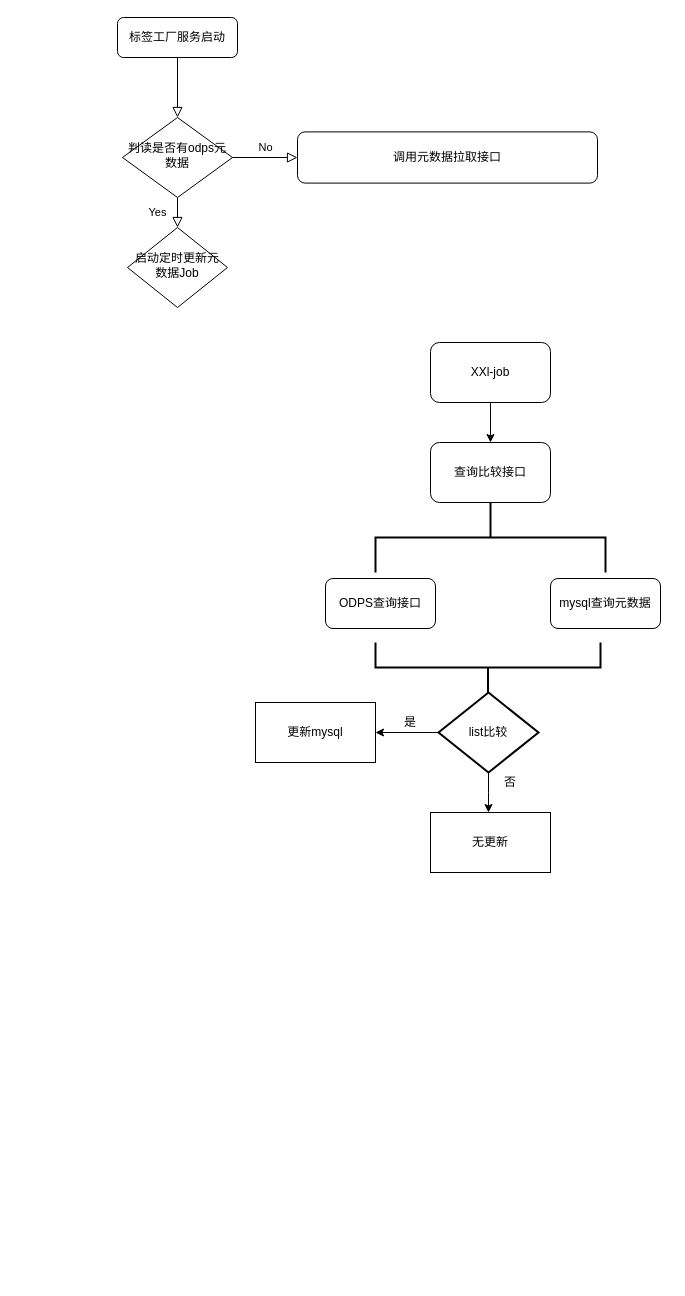
Above: 元数据开发流程.drawio in shursulei/document (draw.io), before the change. Source tidied: cells renumbered, new cells numbered last; positions are measured from the earlier drawing's top-left corner, leaving out a move shared by most shapes. Both pictures are drawn from the tidied source at 100%, with x=0, y=0 at pixel (117, 17).
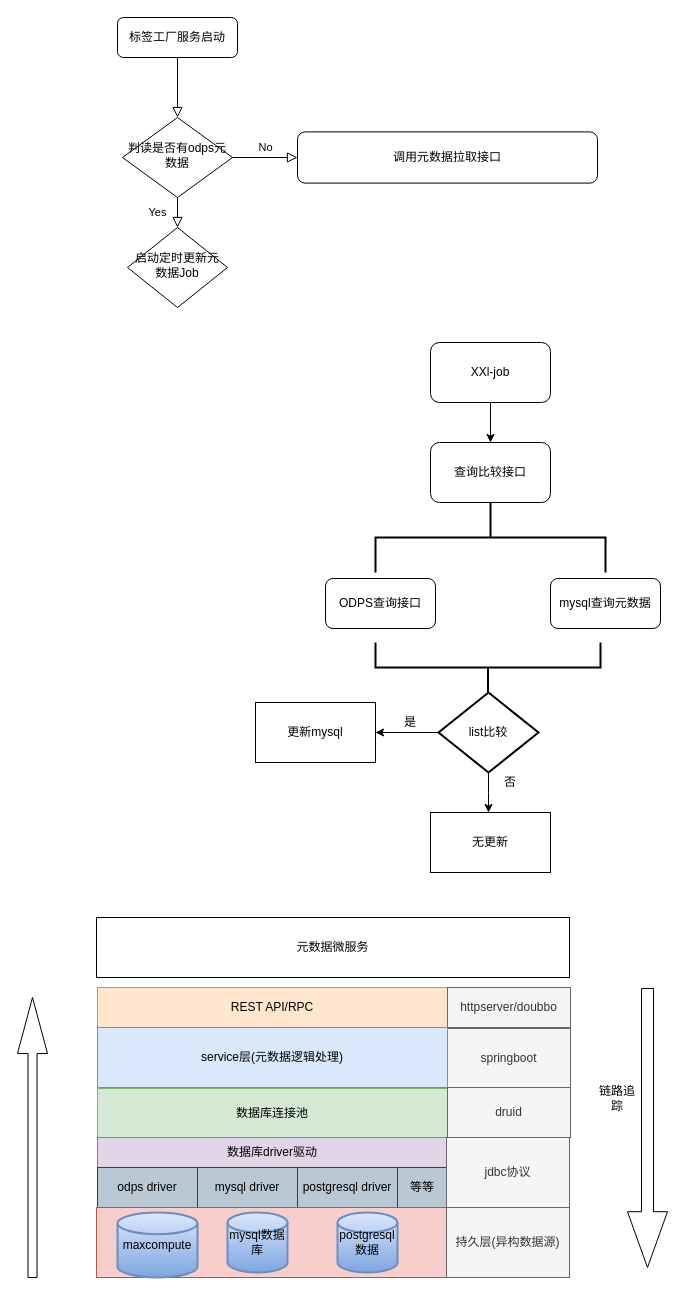
Above is the later version.

Commit message:
Update 元数据开发流程.drawio

Diff of the diagram source:
```diff
@@
+    <mxCell id="23" value="REST API/RPC" style="rounded=0;whiteSpace=wrap;html=1;fillColor=#ffe6cc;strokeColor=#d79b00;" parent="1" vertex="1">
+      <mxGeometry x="-20" y="970" width="350" height="40" as="geometry" />
+    </mxCell>
+    <mxCell id="24" value="httpserver/doubbo" style="rounded=0;whiteSpace=wrap;html=1;fillColor=#f5f5f5;strokeColor=#666666;fontColor=#333333;" parent="1" vertex="1">
+      <mxGeometry x="330" y="970" width="123" height="40" as="geometry" />
+    </mxCell>
+    <mxCell id="25" value="springboot" style="rounded=0;whiteSpace=wrap;html=1;fillColor=#f5f5f5;strokeColor=#666666;fontColor=#333333;" parent="1" vertex="1">
+      <mxGeometry x="330" y="1011" width="123" height="59" as="geometry" />
+    </mxCell>
+    <mxCell id="26" value="数据库连接池" style="rounded=0;whiteSpace=wrap;html=1;fillColor=#d5e8d4;strokeColor=#82b366;" parent="1" vertex="1">
+      <mxGeometry x="-20" y="1071" width="350" height="49" as="geometry" />
+    </mxCell>
+    <mxCell id="27" value="&lt;span&gt;service层(元数据逻辑处理)&lt;/span&gt;" style="rounded=0;whiteSpace=wrap;html=1;fillColor=#dae8fc;strokeColor=#6c8ebf;" parent="1" vertex="1">
+      <mxGeometry x="-20" y="1010" width="350" height="60" as="geometry" />
+    </mxCell>
+    <mxCell id="28" value="druid" style="rounded=0;whiteSpace=wrap;html=1;fillColor=#f5f5f5;strokeColor=#666666;fontColor=#333333;" parent="1" vertex="1">
+      <mxGeometry x="330" y="1070" width="123" height="50" as="geometry" />
+    </mxCell>
+    <mxCell id="29" value="数据库driver驱动" style="rounded=0;whiteSpace=wrap;html=1;fillColor=#e1d5e7;strokeColor=#9673a6;" parent="1" vertex="1">
+      <mxGeometry x="-20" y="1120" width="350" height="30" as="geometry" />
+    </mxCell>
+    <mxCell id="30" value="odps driver" style="rounded=0;whiteSpace=wrap;html=1;fillColor=#bac8d3;strokeColor=#23445d;" parent="1" vertex="1">
+      <mxGeometry x="-20" y="1150" width="100" height="40" as="geometry" />
+    </mxCell>
+    <mxCell id="31" value="mysql driver" style="rounded=0;whiteSpace=wrap;html=1;fillColor=#bac8d3;strokeColor=#23445d;" parent="1" vertex="1">
+      <mxGeometry x="80" y="1150" width="100" height="40" as="geometry" />
+    </mxCell>
+    <mxCell id="32" value="postgresql driver" style="rounded=0;whiteSpace=wrap;html=1;fillColor=#bac8d3;strokeColor=#23445d;" parent="1" vertex="1">
+      <mxGeometry x="180" y="1150" width="100" height="40" as="geometry" />
+    </mxCell>
+    <mxCell id="33" value="等等" style="rounded=0;whiteSpace=wrap;html=1;fillColor=#bac8d3;strokeColor=#23445d;" parent="1" vertex="1">
+      <mxGeometry x="280" y="1150" width="50" height="40" as="geometry" />
+    </mxCell>
+    <mxCell id="34" value="jdbc协议" style="rounded=0;whiteSpace=wrap;html=1;fillColor=#f5f5f5;strokeColor=#666666;fontColor=#333333;" parent="1" vertex="1">
+      <mxGeometry x="329" y="1120" width="123" height="70" as="geometry" />
+    </mxCell>
+    <mxCell id="35" style="rounded=0;whiteSpace=wrap;html=1;fillColor=#f8cecc;strokeColor=#b85450;" parent="1" vertex="1">
+      <mxGeometry x="-21" y="1190" width="350" height="70" as="geometry" />
+    </mxCell>
+    <mxCell id="36" value="maxcompute" style="strokeWidth=2;html=1;shape=mxgraph.flowchart.database;whiteSpace=wrap;gradientColor=#7ea6e0;fillColor=#dae8fc;strokeColor=#6c8ebf;" parent="1" vertex="1">
+      <mxGeometry y="1195" width="80" height="65" as="geometry" />
+    </mxCell>
+    <mxCell id="37" value="mysql数据库" style="strokeWidth=2;html=1;shape=mxgraph.flowchart.database;whiteSpace=wrap;gradientColor=#7ea6e0;fillColor=#dae8fc;strokeColor=#6c8ebf;" parent="1" vertex="1">
+      <mxGeometry x="110" y="1195" width="60" height="60" as="geometry" />
+    </mxCell>
+    <mxCell id="38" value="postgresql数据" style="strokeWidth=2;html=1;shape=mxgraph.flowchart.database;whiteSpace=wrap;gradientColor=#7ea6e0;fillColor=#dae8fc;strokeColor=#6c8ebf;" parent="1" vertex="1">
+      <mxGeometry x="220" y="1195" width="60" height="60" as="geometry" />
+    </mxCell>
+    <mxCell id="39" value="持久层(异构数据源)" style="rounded=0;whiteSpace=wrap;html=1;fillColor=#f5f5f5;strokeColor=#666666;fontColor=#333333;" parent="1" vertex="1">
+      <mxGeometry x="329" y="1190" width="123" height="70" as="geometry" />
+    </mxCell>
+    <mxCell id="40" style="shape=singleArrow;direction=north;whiteSpace=wrap;html=1;" parent="1" vertex="1">
+      <mxGeometry x="-100" y="980" width="30" height="280" as="geometry" />
+    </mxCell>
+    <mxCell id="41" style="shape=singleArrow;direction=south;whiteSpace=wrap;html=1;" parent="1" vertex="1">
+      <mxGeometry x="510" y="971" width="40" height="279" as="geometry" />
+    </mxCell>
+    <mxCell id="42" value="元数据微服务" style="rounded=0;whiteSpace=wrap;html=1;" parent="1" vertex="1">
+      <mxGeometry x="-21" y="900" width="473" height="60" as="geometry" />
+    </mxCell>
+    <mxCell id="43" value="链路追踪" style="text;html=1;strokeColor=none;fillColor=none;align=center;verticalAlign=middle;whiteSpace=wrap;rounded=0;" parent="1" vertex="1">
+      <mxGeometry x="480" y="1071" width="40" height="20" as="geometry" />
+    </mxCell>
```
